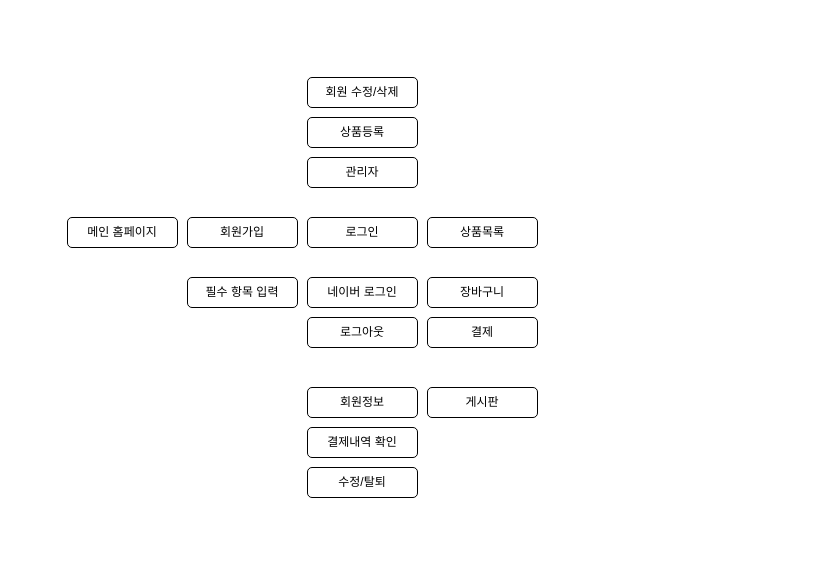
alsoscope/TIL keeps this draw.io diagram as Draw/Untitled Diagram.drawio. Above is the earlier version. Source tidied: cells renumbered, new cells numbered last; positions are measured from the earlier drawing's top-left corner, leaving out a move shared by most shapes. Both pictures are drawn from the tidied source at 100%, with x=0, y=0 at pixel (67, 77).
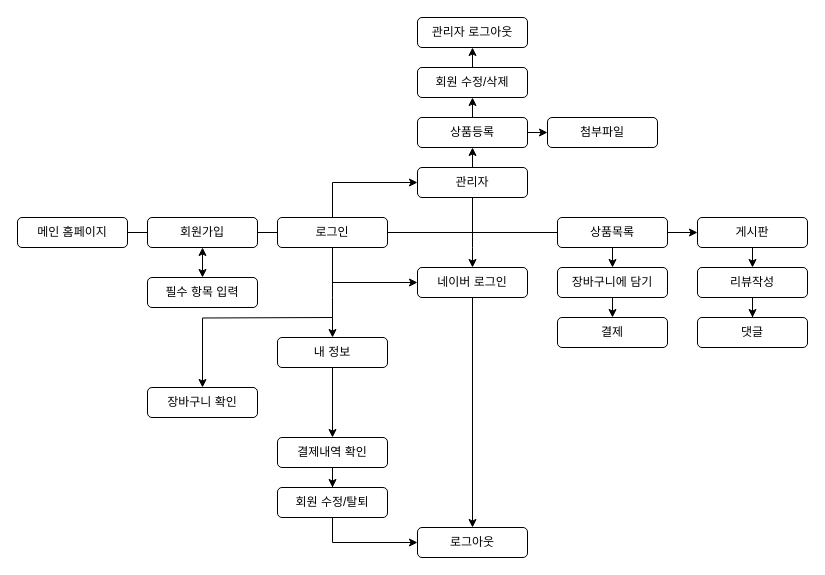
After the change.

The edit, as a diff of the source:
```diff
@@
     <mxCell id="2" value="메인 홈페이지" style="rounded=1;whiteSpace=wrap;html=1;" parent="1" vertex="1">
-      <mxGeometry y="140" width="110" height="30" as="geometry" />
+      <mxGeometry x="-50" y="140" width="110" height="30" as="geometry" />
     </mxCell>
-    <mxCell id="3" value="회원가입" style="rounded=1;whiteSpace=wrap;html=1;" parent="1" vertex="1">
-      <mxGeometry x="120" y="140" width="110" height="30" as="geometry" />
-    </mxCell>
     <mxCell id="4" value="필수 항목 입력" style="rounded=1;whiteSpace=wrap;html=1;" parent="1" vertex="1">
-      <mxGeometry x="120" y="200" width="110" height="30" as="geometry" />
+      <mxGeometry x="80" y="200" width="110" height="30" as="geometry" />
     </mxCell>
+    <mxCell id="18" style="edgeStyle=orthogonalEdgeStyle;rounded=0;jettySize=auto;html=1;exitX=0.5;exitY=0;exitDx=0;exitDy=0;entryX=0.5;entryY=1;entryDx=0;entryDy=0;" parent="1" edge="1" target="6">
+      <mxGeometry relative="1" as="geometry">
+        <mxPoint x="405" y="90" as="sourcePoint" />
+      </mxGeometry>
+    </mxCell>
+    <mxCell id="19" style="edgeStyle=orthogonalEdgeStyle;rounded=0;jettySize=auto;html=1;" parent="1" edge="1" source="5" target="8">
+      <mxGeometry relative="1" as="geometry">
+        <Array as="points">
+          <mxPoint x="405" y="170" />
+          <mxPoint x="405" y="170" />
+        </Array>
+      </mxGeometry>
+    </mxCell>
     <mxCell id="5" value="관리자" style="rounded=1;whiteSpace=wrap;html=1;" parent="1" vertex="1">
-      <mxGeometry x="240" y="80" width="110" height="30" as="geometry" />
+      <mxGeometry x="350" y="90" width="110" height="30" as="geometry" />
     </mxCell>
+    <mxCell id="20" style="edgeStyle=orthogonalEdgeStyle;rounded=0;jettySize=auto;html=1;exitX=0.5;exitY=0;exitDx=0;exitDy=0;entryX=0.5;entryY=1;entryDx=0;entryDy=0;" parent="1" edge="1" source="6" target="7">
+      <mxGeometry relative="1" as="geometry" />
+    </mxCell>
+    <mxCell id="21" style="edgeStyle=orthogonalEdgeStyle;rounded=0;jettySize=auto;html=1;exitX=1;exitY=0.5;exitDx=0;exitDy=0;entryX=0;entryY=0.5;entryDx=0;entryDy=0;" parent="1" edge="1" source="6" target="39">
+      <mxGeometry relative="1" as="geometry" />
+    </mxCell>
     <mxCell id="6" value="상품등록" style="rounded=1;whiteSpace=wrap;html=1;" parent="1" vertex="1">
-      <mxGeometry x="240" y="40" width="110" height="30" as="geometry" />
+      <mxGeometry x="350" y="40" width="110" height="30" as="geometry" />
     </mxCell>
+    <mxCell id="22" style="edgeStyle=orthogonalEdgeStyle;rounded=0;jettySize=auto;html=1;exitX=0.5;exitY=0;exitDx=0;exitDy=0;entryX=0.5;entryY=1;entryDx=0;entryDy=0;" parent="1" edge="1" source="7" target="34">
+      <mxGeometry relative="1" as="geometry" />
+    </mxCell>
     <mxCell id="7" value="회원 수정/삭제" style="rounded=1;whiteSpace=wrap;html=1;" parent="1" vertex="1">
-      <mxGeometry x="240" width="110" height="30" as="geometry" />
+      <mxGeometry x="350" y="-10" width="110" height="30" as="geometry" />
     </mxCell>
+    <mxCell id="23" style="edgeStyle=orthogonalEdgeStyle;rounded=0;jettySize=auto;html=1;entryX=0.5;entryY=0;entryDx=0;entryDy=0;" parent="1" edge="1" source="8" target="9">
+      <mxGeometry relative="1" as="geometry" />
+    </mxCell>
     <mxCell id="8" value="네이버 로그인" style="rounded=1;whiteSpace=wrap;html=1;" parent="1" vertex="1">
-      <mxGeometry x="240" y="200" width="110" height="30" as="geometry" />
+      <mxGeometry x="350" y="190" width="110" height="30" as="geometry" />
     </mxCell>
     <mxCell id="9" value="로그아웃" style="rounded=1;whiteSpace=wrap;html=1;" parent="1" vertex="1">
-      <mxGeometry x="240" y="240" width="110" height="30" as="geometry" />
+      <mxGeometry x="350" y="450" width="110" height="30" as="geometry" />
     </mxCell>
+    <mxCell id="24" style="edgeStyle=orthogonalEdgeStyle;rounded=0;jettySize=auto;html=1;entryX=0;entryY=0.5;entryDx=0;entryDy=0;" parent="1" edge="1" source="10" target="5">
+      <mxGeometry relative="1" as="geometry">
+        <Array as="points">
+          <mxPoint x="265" y="105" />
+        </Array>
+      </mxGeometry>
+    </mxCell>
+    <mxCell id="25" style="edgeStyle=orthogonalEdgeStyle;rounded=0;jettySize=auto;html=1;entryX=0;entryY=0.5;entryDx=0;entryDy=0;" parent="1" edge="1" source="10" target="8">
+      <mxGeometry relative="1" as="geometry">
+        <Array as="points">
+          <mxPoint x="265" y="205" />
+        </Array>
+      </mxGeometry>
+    </mxCell>
+    <mxCell id="26" style="edgeStyle=orthogonalEdgeStyle;rounded=0;jettySize=auto;html=1;entryX=0.5;entryY=0;entryDx=0;entryDy=0;" parent="1" edge="1" source="10" target="11">
+      <mxGeometry relative="1" as="geometry">
+        <Array as="points">
+          <mxPoint x="265" y="220" />
+          <mxPoint x="265" y="220" />
+        </Array>
+      </mxGeometry>
+    </mxCell>
+    <mxCell id="27" style="edgeStyle=orthogonalEdgeStyle;rounded=0;jettySize=auto;html=1;exitX=1;exitY=0.5;exitDx=0;exitDy=0;entryX=0;entryY=0.5;entryDx=0;entryDy=0;" parent="1" edge="1" source="2" target="13">
+      <mxGeometry relative="1" as="geometry" />
+    </mxCell>
     <mxCell id="10" value="로그인" style="rounded=1;whiteSpace=wrap;html=1;" parent="1" vertex="1">
-      <mxGeometry x="240" y="140" width="110" height="30" as="geometry" />
+      <mxGeometry x="210" y="140" width="110" height="30" as="geometry" />
     </mxCell>
+    <mxCell id="28" style="edgeStyle=orthogonalEdgeStyle;rounded=0;jettySize=auto;html=1;entryX=0.5;entryY=0;entryDx=0;entryDy=0;" parent="1" edge="1" target="14">
+      <mxGeometry relative="1" as="geometry">
+        <mxPoint x="265" y="240" as="sourcePoint" />
+      </mxGeometry>
+    </mxCell>
-    <mxCell id="11" value="회원정보" style="rounded=1;whiteSpace=wrap;html=1;" parent="1" vertex="1">
-      <mxGeometry x="240" y="310" width="110" height="30" as="geometry" />
+    <mxCell id="11" value="내 정보" style="rounded=1;whiteSpace=wrap;html=1;" parent="1" vertex="1">
+      <mxGeometry x="210" y="260" width="110" height="30" as="geometry" />
     </mxCell>
+    <mxCell id="29" style="edgeStyle=orthogonalEdgeStyle;rounded=0;jettySize=auto;html=1;exitX=0.5;exitY=1;exitDx=0;exitDy=0;entryX=0.5;entryY=0;entryDx=0;entryDy=0;" parent="1" edge="1" source="12" target="16">
+      <mxGeometry relative="1" as="geometry" />
+    </mxCell>
     <mxCell id="12" value="상품목록" style="rounded=1;whiteSpace=wrap;html=1;" parent="1" vertex="1">
-      <mxGeometry x="360" y="140" width="110" height="30" as="geometry" />
+      <mxGeometry x="490" y="140" width="110" height="30" as="geometry" />
     </mxCell>
+    <mxCell id="30" style="edgeStyle=orthogonalEdgeStyle;rounded=0;jettySize=auto;html=1;exitX=0.5;exitY=1;exitDx=0;exitDy=0;entryX=0.5;entryY=0;entryDx=0;entryDy=0;" parent="1" edge="1" source="13" target="37">
+      <mxGeometry relative="1" as="geometry" />
+    </mxCell>
     <mxCell id="13" value="게시판" style="rounded=1;whiteSpace=wrap;html=1;" parent="1" vertex="1">
-      <mxGeometry x="360" y="310" width="110" height="30" as="geometry" />
+      <mxGeometry x="630" y="140" width="110" height="30" as="geometry" />
     </mxCell>
+    <mxCell id="31" style="edgeStyle=orthogonalEdgeStyle;rounded=0;jettySize=auto;html=1;entryX=0.5;entryY=0;entryDx=0;entryDy=0;exitX=0.5;exitY=1;exitDx=0;exitDy=0;" parent="1" edge="1" source="11" target="15">
+      <mxGeometry relative="1" as="geometry" />
+    </mxCell>
-    <mxCell id="14" value="결제내역 확인" style="rounded=1;whiteSpace=wrap;html=1;" parent="1" vertex="1">
-      <mxGeometry x="240" y="350" width="110" height="30" as="geometry" />
+    <mxCell id="14" value="장바구니 확인" style="rounded=1;whiteSpace=wrap;html=1;" parent="1" vertex="1">
+      <mxGeometry x="80" y="310" width="110" height="30" as="geometry" />
     </mxCell>
+    <mxCell id="32" style="edgeStyle=orthogonalEdgeStyle;rounded=0;jettySize=auto;html=1;entryX=0.5;entryY=0;entryDx=0;entryDy=0;" parent="1" edge="1" source="15" target="41">
+      <mxGeometry relative="1" as="geometry" />
+    </mxCell>
-    <mxCell id="15" value="수정/탈퇴" style="rounded=1;whiteSpace=wrap;html=1;" parent="1" vertex="1">
-      <mxGeometry x="240" y="390" width="110" height="30" as="geometry" />
+    <mxCell id="15" value="결제내역 확인" style="rounded=1;whiteSpace=wrap;html=1;" parent="1" vertex="1">
+      <mxGeometry x="210" y="360" width="110" height="30" as="geometry" />
     </mxCell>
+    <mxCell id="33" style="edgeStyle=orthogonalEdgeStyle;rounded=0;jettySize=auto;html=1;exitX=0.5;exitY=1;exitDx=0;exitDy=0;entryX=0.5;entryY=0;entryDx=0;entryDy=0;" parent="1" edge="1" source="16" target="17">
+      <mxGeometry relative="1" as="geometry" />
+    </mxCell>
-    <mxCell id="16" value="장바구니" style="rounded=1;whiteSpace=wrap;html=1;" parent="1" vertex="1">
-      <mxGeometry x="360" y="200" width="110" height="30" as="geometry" />
+    <mxCell id="16" value="장바구니에 담기" style="rounded=1;whiteSpace=wrap;html=1;" parent="1" vertex="1">
+      <mxGeometry x="490" y="190" width="110" height="30" as="geometry" />
     </mxCell>
     <mxCell id="17" value="결제" style="rounded=1;whiteSpace=wrap;html=1;" parent="1" vertex="1">
-      <mxGeometry x="360" y="240" width="110" height="30" as="geometry" />
+      <mxGeometry x="490" y="240" width="110" height="30" as="geometry" />
     </mxCell>
+    <mxCell id="34" value="관리자 로그아웃" style="rounded=1;whiteSpace=wrap;html=1;" parent="1" vertex="1">
+      <mxGeometry x="350" y="-60" width="110" height="30" as="geometry" />
+    </mxCell>
+    <mxCell id="35" style="endArrow=classic;startArrow=classic;html=1;entryX=0.5;entryY=1;entryDx=0;entryDy=0;exitX=0.5;exitY=0;exitDx=0;exitDy=0;" parent="1" edge="1" source="4" target="3">
+      <mxGeometry relative="1" as="geometry" />
+    </mxCell>
+    <mxCell id="3" value="회원가입" style="rounded=1;whiteSpace=wrap;html=1;" parent="1" vertex="1">
+      <mxGeometry x="80" y="140" width="110" height="30" as="geometry" />
+    </mxCell>
+    <mxCell id="36" style="edgeStyle=orthogonalEdgeStyle;rounded=0;jettySize=auto;html=1;entryX=0.5;entryY=0;entryDx=0;entryDy=0;" parent="1" edge="1" source="37" target="38">
+      <mxGeometry relative="1" as="geometry" />
+    </mxCell>
+    <mxCell id="37" value="리뷰작성" style="rounded=1;whiteSpace=wrap;html=1;" parent="1" vertex="1">
+      <mxGeometry x="630" y="190" width="110" height="30" as="geometry" />
+    </mxCell>
+    <mxCell id="38" value="댓글" style="rounded=1;whiteSpace=wrap;html=1;" parent="1" vertex="1">
+      <mxGeometry x="630" y="240" width="110" height="30" as="geometry" />
+    </mxCell>
+    <mxCell id="39" value="첨부파일" style="rounded=1;whiteSpace=wrap;html=1;" parent="1" vertex="1">
+      <mxGeometry x="480" y="40" width="110" height="30" as="geometry" />
+    </mxCell>
+    <mxCell id="40" style="edgeStyle=orthogonalEdgeStyle;rounded=0;jettySize=auto;html=1;entryX=0;entryY=0.5;entryDx=0;entryDy=0;" parent="1" edge="1" source="41" target="9">
+      <mxGeometry relative="1" as="geometry">
+        <Array as="points">
+          <mxPoint x="265" y="465" />
+        </Array>
+      </mxGeometry>
+    </mxCell>
+    <mxCell id="41" value="회원 수정/탈퇴" style="rounded=1;whiteSpace=wrap;html=1;" parent="1" vertex="1">
+      <mxGeometry x="210" y="410" width="110" height="30" as="geometry" />
+    </mxCell>
```
